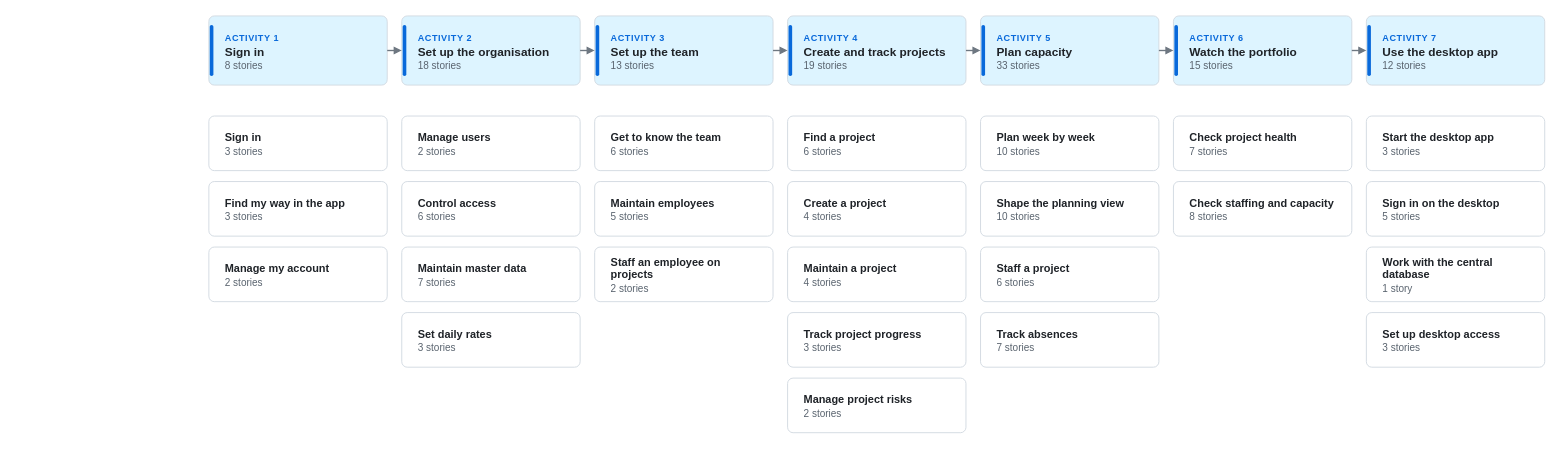
The draw.io diagram docs/diagrams/story-map.drawio in jenreh/alloq, before the edit. Source tidied: cells renumbered, new cells numbered last; positions are measured from the earlier drawing's top-left corner, leaving out a move shared by most shapes. Both pictures are drawn from the tidied source at 91%, with x=0, y=0 at pixel (208, 15).
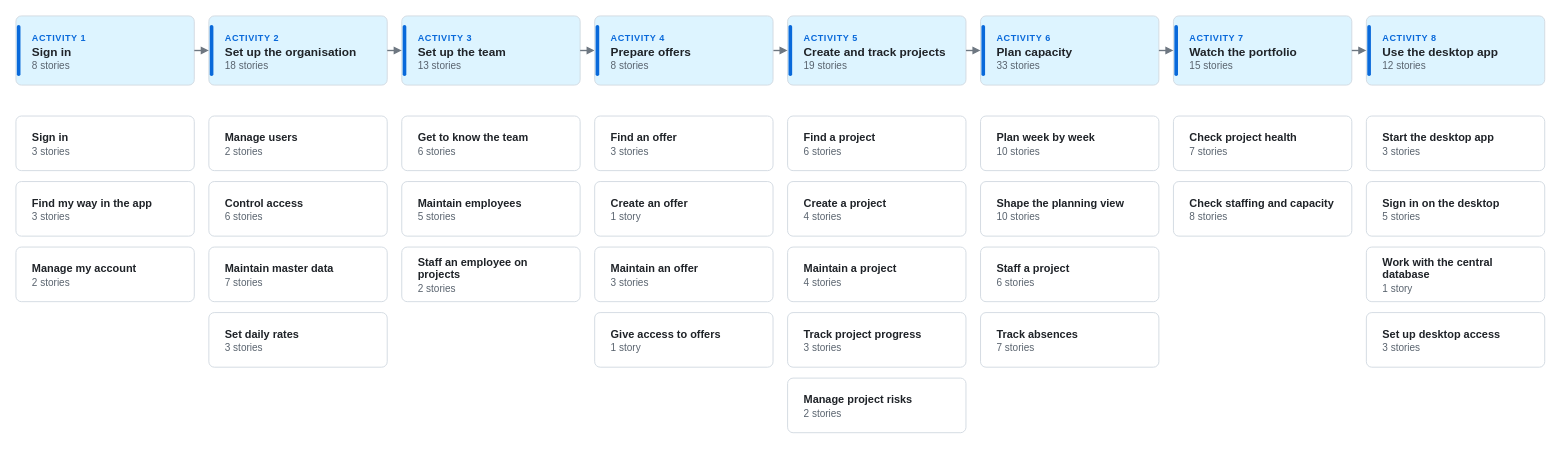
The same page after the edit.

Diff of the diagram source:
```diff
@@
     <mxCell id="2" value="&lt;span style=&quot;font-size:10px;font-weight:bold;letter-spacing:0.6px;color:#0969da&quot;&gt;ACTIVITY 1&lt;/span&gt;&lt;br&gt;&lt;b&gt;Sign in&lt;/b&gt;&lt;br&gt;&lt;span style=&quot;font-size:11px;color:#59636e&quot;&gt;8 stories&lt;/span&gt;" style="rounded=1;absoluteArcSize=1;arcSize=12;whiteSpace=wrap;html=1;fillColor=#ddf4ff;strokeColor=#d1d9e0;strokeWidth=1;fontColor=#1f2328;fontSize=13;align=left;verticalAlign=middle;spacingLeft=16;spacingRight=10;spacingTop=2;" parent="1" vertex="1">
-      <mxGeometry width="196" height="76" as="geometry" />
+      <mxGeometry x="-212" width="196" height="76" as="geometry" />
     </mxCell>
     <mxCell id="3" style="rounded=1;arcSize=50;html=1;fillColor=#0969da;strokeColor=none;" parent="1" vertex="1">
-      <mxGeometry x="1" y="10" width="4" height="56" as="geometry" />
+      <mxGeometry x="-211" y="10" width="4" height="56" as="geometry" />
     </mxCell>
     <mxCell id="4" value="&lt;b&gt;Sign in&lt;/b&gt;&lt;br&gt;&lt;span style=&quot;font-size:11px;color:#59636e&quot;&gt;3 stories&lt;/span&gt;" style="rounded=1;absoluteArcSize=1;arcSize=12;whiteSpace=wrap;html=1;fillColor=#ffffff;strokeColor=#d1d9e0;strokeWidth=1;fontColor=#1f2328;fontSize=12;align=left;verticalAlign=middle;spacingLeft=16;spacingRight=10;spacingTop=2;" parent="1" vertex="1">
-      <mxGeometry y="110" width="196" height="60" as="geometry" />
+      <mxGeometry x="-212" y="110" width="196" height="60" as="geometry" />
     </mxCell>
     <mxCell id="5" value="&lt;b&gt;Find my way in the app&lt;/b&gt;&lt;br&gt;&lt;span style=&quot;font-size:11px;color:#59636e&quot;&gt;3 stories&lt;/span&gt;" style="rounded=1;absoluteArcSize=1;arcSize=12;whiteSpace=wrap;html=1;fillColor=#ffffff;strokeColor=#d1d9e0;strokeWidth=1;fontColor=#1f2328;fontSize=12;align=left;verticalAlign=middle;spacingLeft=16;spacingRight=10;spacingTop=2;" parent="1" vertex="1">
-      <mxGeometry y="182" width="196" height="60" as="geometry" />
+      <mxGeometry x="-212" y="182" width="196" height="60" as="geometry" />
     </mxCell>
     <mxCell id="6" value="&lt;b&gt;Manage my account&lt;/b&gt;&lt;br&gt;&lt;span style=&quot;font-size:11px;color:#59636e&quot;&gt;2 stories&lt;/span&gt;" style="rounded=1;absoluteArcSize=1;arcSize=12;whiteSpace=wrap;html=1;fillColor=#ffffff;strokeColor=#d1d9e0;strokeWidth=1;fontColor=#1f2328;fontSize=12;align=left;verticalAlign=middle;spacingLeft=16;spacingRight=10;spacingTop=2;" parent="1" vertex="1">
-      <mxGeometry y="254" width="196" height="60" as="geometry" />
+      <mxGeometry x="-212" y="254" width="196" height="60" as="geometry" />
     </mxCell>
     <mxCell id="7" value="&lt;span style=&quot;font-size:10px;font-weight:bold;letter-spacing:0.6px;color:#0969da&quot;&gt;ACTIVITY 2&lt;/span&gt;&lt;br&gt;&lt;b&gt;Set up the organisation&lt;/b&gt;&lt;br&gt;&lt;span style=&quot;font-size:11px;color:#59636e&quot;&gt;18 stories&lt;/span&gt;" style="rounded=1;absoluteArcSize=1;arcSize=12;whiteSpace=wrap;html=1;fillColor=#ddf4ff;strokeColor=#d1d9e0;strokeWidth=1;fontColor=#1f2328;fontSize=13;align=left;verticalAlign=middle;spacingLeft=16;spacingRight=10;spacingTop=2;" parent="1" vertex="1">
-      <mxGeometry x="212" width="196" height="76" as="geometry" />
+      <mxGeometry width="196" height="76" as="geometry" />
     </mxCell>
     <mxCell id="8" style="rounded=1;arcSize=50;html=1;fillColor=#0969da;strokeColor=none;" parent="1" vertex="1">
-      <mxGeometry x="213" y="10" width="4" height="56" as="geometry" />
+      <mxGeometry x="1" y="10" width="4" height="56" as="geometry" />
     </mxCell>
     <mxCell id="9" value="&lt;b&gt;Manage users&lt;/b&gt;&lt;br&gt;&lt;span style=&quot;font-size:11px;color:#59636e&quot;&gt;2 stories&lt;/span&gt;" style="rounded=1;absoluteArcSize=1;arcSize=12;whiteSpace=wrap;html=1;fillColor=#ffffff;strokeColor=#d1d9e0;strokeWidth=1;fontColor=#1f2328;fontSize=12;align=left;verticalAlign=middle;spacingLeft=16;spacingRight=10;spacingTop=2;" parent="1" vertex="1">
-      <mxGeometry x="212" y="110" width="196" height="60" as="geometry" />
+      <mxGeometry y="110" width="196" height="60" as="geometry" />
     </mxCell>
     <mxCell id="10" value="&lt;b&gt;Control access&lt;/b&gt;&lt;br&gt;&lt;span style=&quot;font-size:11px;color:#59636e&quot;&gt;6 stories&lt;/span&gt;" style="rounded=1;absoluteArcSize=1;arcSize=12;whiteSpace=wrap;html=1;fillColor=#ffffff;strokeColor=#d1d9e0;strokeWidth=1;fontColor=#1f2328;fontSize=12;align=left;verticalAlign=middle;spacingLeft=16;spacingRight=10;spacingTop=2;" parent="1" vertex="1">
-      <mxGeometry x="212" y="182" width="196" height="60" as="geometry" />
+      <mxGeometry y="182" width="196" height="60" as="geometry" />
     </mxCell>
     <mxCell id="11" value="&lt;b&gt;Maintain master data&lt;/b&gt;&lt;br&gt;&lt;span style=&quot;font-size:11px;color:#59636e&quot;&gt;7 stories&lt;/span&gt;" style="rounded=1;absoluteArcSize=1;arcSize=12;whiteSpace=wrap;html=1;fillColor=#ffffff;strokeColor=#d1d9e0;strokeWidth=1;fontColor=#1f2328;fontSize=12;align=left;verticalAlign=middle;spacingLeft=16;spacingRight=10;spacingTop=2;" parent="1" vertex="1">
-      <mxGeometry x="212" y="254" width="196" height="60" as="geometry" />
+      <mxGeometry y="254" width="196" height="60" as="geometry" />
     </mxCell>
     <mxCell id="12" value="&lt;b&gt;Set daily rates&lt;/b&gt;&lt;br&gt;&lt;span style=&quot;font-size:11px;color:#59636e&quot;&gt;3 stories&lt;/span&gt;" style="rounded=1;absoluteArcSize=1;arcSize=12;whiteSpace=wrap;html=1;fillColor=#ffffff;strokeColor=#d1d9e0;strokeWidth=1;fontColor=#1f2328;fontSize=12;align=left;verticalAlign=middle;spacingLeft=16;spacingRight=10;spacingTop=2;" parent="1" vertex="1">
-      <mxGeometry x="212" y="326" width="196" height="60" as="geometry" />
+      <mxGeometry y="326" width="196" height="60" as="geometry" />
     </mxCell>
     <mxCell id="13" value="&lt;span style=&quot;font-size:10px;font-weight:bold;letter-spacing:0.6px;color:#0969da&quot;&gt;ACTIVITY 3&lt;/span&gt;&lt;br&gt;&lt;b&gt;Set up the team&lt;/b&gt;&lt;br&gt;&lt;span style=&quot;font-size:11px;color:#59636e&quot;&gt;13 stories&lt;/span&gt;" style="rounded=1;absoluteArcSize=1;arcSize=12;whiteSpace=wrap;html=1;fillColor=#ddf4ff;strokeColor=#d1d9e0;strokeWidth=1;fontColor=#1f2328;fontSize=13;align=left;verticalAlign=middle;spacingLeft=16;spacingRight=10;spacingTop=2;" parent="1" vertex="1">
-      <mxGeometry x="424" width="196" height="76" as="geometry" />
+      <mxGeometry x="212" width="196" height="76" as="geometry" />
     </mxCell>
     <mxCell id="14" style="rounded=1;arcSize=50;html=1;fillColor=#0969da;strokeColor=none;" parent="1" vertex="1">
-      <mxGeometry x="425" y="10" width="4" height="56" as="geometry" />
+      <mxGeometry x="213" y="10" width="4" height="56" as="geometry" />
     </mxCell>
     <mxCell id="15" value="&lt;b&gt;Get to know the team&lt;/b&gt;&lt;br&gt;&lt;span style=&quot;font-size:11px;color:#59636e&quot;&gt;6 stories&lt;/span&gt;" style="rounded=1;absoluteArcSize=1;arcSize=12;whiteSpace=wrap;html=1;fillColor=#ffffff;strokeColor=#d1d9e0;strokeWidth=1;fontColor=#1f2328;fontSize=12;align=left;verticalAlign=middle;spacingLeft=16;spacingRight=10;spacingTop=2;" parent="1" vertex="1">
-      <mxGeometry x="424" y="110" width="196" height="60" as="geometry" />
+      <mxGeometry x="212" y="110" width="196" height="60" as="geometry" />
     </mxCell>
     <mxCell id="16" value="&lt;b&gt;Maintain employees&lt;/b&gt;&lt;br&gt;&lt;span style=&quot;font-size:11px;color:#59636e&quot;&gt;5 stories&lt;/span&gt;" style="rounded=1;absoluteArcSize=1;arcSize=12;whiteSpace=wrap;html=1;fillColor=#ffffff;strokeColor=#d1d9e0;strokeWidth=1;fontColor=#1f2328;fontSize=12;align=left;verticalAlign=middle;spacingLeft=16;spacingRight=10;spacingTop=2;" parent="1" vertex="1">
-      <mxGeometry x="424" y="182" width="196" height="60" as="geometry" />
+      <mxGeometry x="212" y="182" width="196" height="60" as="geometry" />
     </mxCell>
     <mxCell id="17" value="&lt;b&gt;Staff an employee on projects&lt;/b&gt;&lt;br&gt;&lt;span style=&quot;font-size:11px;color:#59636e&quot;&gt;2 stories&lt;/span&gt;" style="rounded=1;absoluteArcSize=1;arcSize=12;whiteSpace=wrap;html=1;fillColor=#ffffff;strokeColor=#d1d9e0;strokeWidth=1;fontColor=#1f2328;fontSize=12;align=left;verticalAlign=middle;spacingLeft=16;spacingRight=10;spacingTop=2;" parent="1" vertex="1">
-      <mxGeometry x="424" y="254" width="196" height="60" as="geometry" />
+      <mxGeometry x="212" y="254" width="196" height="60" as="geometry" />
     </mxCell>
-    <mxCell id="18" value="&lt;span style=&quot;font-size:10px;font-weight:bold;letter-spacing:0.6px;color:#0969da&quot;&gt;ACTIVITY 4&lt;/span&gt;&lt;br&gt;&lt;b&gt;Create and track projects&lt;/b&gt;&lt;br&gt;&lt;span style=&quot;font-size:11px;color:#59636e&quot;&gt;19 stories&lt;/span&gt;" style="rounded=1;absoluteArcSize=1;arcSize=12;whiteSpace=wrap;html=1;fillColor=#ddf4ff;strokeColor=#d1d9e0;strokeWidth=1;fontColor=#1f2328;fontSize=13;align=left;verticalAlign=middle;spacingLeft=16;spacingRight=10;spacingTop=2;" parent="1" vertex="1">
+    <mxCell id="18" value="&lt;span style=&quot;font-size:10px;font-weight:bold;letter-spacing:0.6px;color:#0969da&quot;&gt;ACTIVITY 5&lt;/span&gt;&lt;br&gt;&lt;b&gt;Create and track projects&lt;/b&gt;&lt;br&gt;&lt;span style=&quot;font-size:11px;color:#59636e&quot;&gt;19 stories&lt;/span&gt;" style="rounded=1;absoluteArcSize=1;arcSize=12;whiteSpace=wrap;html=1;fillColor=#ddf4ff;strokeColor=#d1d9e0;strokeWidth=1;fontColor=#1f2328;fontSize=13;align=left;verticalAlign=middle;spacingLeft=16;spacingRight=10;spacingTop=2;" parent="1" vertex="1">
       <mxGeometry x="636" width="196" height="76" as="geometry" />
     </mxCell>
@@
-    <mxCell id="25" value="&lt;span style=&quot;font-size:10px;font-weight:bold;letter-spacing:0.6px;color:#0969da&quot;&gt;ACTIVITY 5&lt;/span&gt;&lt;br&gt;&lt;b&gt;Plan capacity&lt;/b&gt;&lt;br&gt;&lt;span style=&quot;font-size:11px;color:#59636e&quot;&gt;33 stories&lt;/span&gt;" style="rounded=1;absoluteArcSize=1;arcSize=12;whiteSpace=wrap;html=1;fillColor=#ddf4ff;strokeColor=#d1d9e0;strokeWidth=1;fontColor=#1f2328;fontSize=13;align=left;verticalAlign=middle;spacingLeft=16;spacingRight=10;spacingTop=2;" parent="1" vertex="1">
+    <mxCell id="25" value="&lt;span style=&quot;font-size:10px;font-weight:bold;letter-spacing:0.6px;color:#0969da&quot;&gt;ACTIVITY 6&lt;/span&gt;&lt;br&gt;&lt;b&gt;Plan capacity&lt;/b&gt;&lt;br&gt;&lt;span style=&quot;font-size:11px;color:#59636e&quot;&gt;33 stories&lt;/span&gt;" style="rounded=1;absoluteArcSize=1;arcSize=12;whiteSpace=wrap;html=1;fillColor=#ddf4ff;strokeColor=#d1d9e0;strokeWidth=1;fontColor=#1f2328;fontSize=13;align=left;verticalAlign=middle;spacingLeft=16;spacingRight=10;spacingTop=2;" parent="1" vertex="1">
       <mxGeometry x="848" width="196" height="76" as="geometry" />
     </mxCell>
@@
-    <mxCell id="31" value="&lt;span style=&quot;font-size:10px;font-weight:bold;letter-spacing:0.6px;color:#0969da&quot;&gt;ACTIVITY 6&lt;/span&gt;&lt;br&gt;&lt;b&gt;Watch the portfolio&lt;/b&gt;&lt;br&gt;&lt;span style=&quot;font-size:11px;color:#59636e&quot;&gt;15 stories&lt;/span&gt;" style="rounded=1;absoluteArcSize=1;arcSize=12;whiteSpace=wrap;html=1;fillColor=#ddf4ff;strokeColor=#d1d9e0;strokeWidth=1;fontColor=#1f2328;fontSize=13;align=left;verticalAlign=middle;spacingLeft=16;spacingRight=10;spacingTop=2;" parent="1" vertex="1">
+    <mxCell id="31" value="&lt;span style=&quot;font-size:10px;font-weight:bold;letter-spacing:0.6px;color:#0969da&quot;&gt;ACTIVITY 7&lt;/span&gt;&lt;br&gt;&lt;b&gt;Watch the portfolio&lt;/b&gt;&lt;br&gt;&lt;span style=&quot;font-size:11px;color:#59636e&quot;&gt;15 stories&lt;/span&gt;" style="rounded=1;absoluteArcSize=1;arcSize=12;whiteSpace=wrap;html=1;fillColor=#ddf4ff;strokeColor=#d1d9e0;strokeWidth=1;fontColor=#1f2328;fontSize=13;align=left;verticalAlign=middle;spacingLeft=16;spacingRight=10;spacingTop=2;" parent="1" vertex="1">
       <mxGeometry x="1060" width="196" height="76" as="geometry" />
     </mxCell>
@@
-    <mxCell id="35" value="&lt;span style=&quot;font-size:10px;font-weight:bold;letter-spacing:0.6px;color:#0969da&quot;&gt;ACTIVITY 7&lt;/span&gt;&lt;br&gt;&lt;b&gt;Use the desktop app&lt;/b&gt;&lt;br&gt;&lt;span style=&quot;font-size:11px;color:#59636e&quot;&gt;12 stories&lt;/span&gt;" style="rounded=1;absoluteArcSize=1;arcSize=12;whiteSpace=wrap;html=1;fillColor=#ddf4ff;strokeColor=#d1d9e0;strokeWidth=1;fontColor=#1f2328;fontSize=13;align=left;verticalAlign=middle;spacingLeft=16;spacingRight=10;spacingTop=2;" parent="1" vertex="1">
+    <mxCell id="35" value="&lt;span style=&quot;font-size:10px;font-weight:bold;letter-spacing:0.6px;color:#0969da&quot;&gt;ACTIVITY 8&lt;/span&gt;&lt;br&gt;&lt;b&gt;Use the desktop app&lt;/b&gt;&lt;br&gt;&lt;span style=&quot;font-size:11px;color:#59636e&quot;&gt;12 stories&lt;/span&gt;" style="rounded=1;absoluteArcSize=1;arcSize=12;whiteSpace=wrap;html=1;fillColor=#ddf4ff;strokeColor=#d1d9e0;strokeWidth=1;fontColor=#1f2328;fontSize=13;align=left;verticalAlign=middle;spacingLeft=16;spacingRight=10;spacingTop=2;" parent="1" vertex="1">
       <mxGeometry x="1272" width="196" height="76" as="geometry" />
     </mxCell>
@@
-    <mxCell id="43" style="html=1;rounded=1;strokeColor=#6e7781;strokeWidth=1.5;fontSize=11;fontColor=#59636e;labelBackgroundColor=#ffffff;endSize=5;startSize=5;endArrow=block;endFill=1;startArrow=none;startFill=0;exitX=1;exitY=0.5;exitDx=0;exitDy=0;entryX=0;entryY=0.5;entryDx=0;entryDy=0;" parent="1" edge="1" source="13" target="18">
+    <mxCell id="43" style="html=1;rounded=1;strokeColor=#6e7781;strokeWidth=1.5;fontSize=11;fontColor=#59636e;labelBackgroundColor=#ffffff;endSize=5;startSize=5;endArrow=block;endFill=1;startArrow=none;startFill=0;exitX=1;exitY=0.5;exitDx=0;exitDy=0;entryX=0;entryY=0.5;entryDx=0;entryDy=0;" parent="1" edge="1" source="13" target="48">
       <mxGeometry relative="1" as="geometry" />
     </mxCell>
+    <mxCell id="47" style="html=1;rounded=1;strokeColor=#6e7781;strokeWidth=1.5;fontSize=11;fontColor=#59636e;labelBackgroundColor=#ffffff;endSize=5;startSize=5;endArrow=block;endFill=1;startArrow=none;startFill=0;exitX=1;exitY=0.5;exitDx=0;exitDy=0;entryX=0;entryY=0.5;entryDx=0;entryDy=0;" parent="1" edge="1" source="48" target="18">
+      <mxGeometry relative="1" as="geometry" />
+    </mxCell>
@@
+    <mxCell id="48" value="&lt;span style=&quot;font-size:10px;font-weight:bold;letter-spacing:0.6px;color:#0969da&quot;&gt;ACTIVITY 4&lt;/span&gt;&lt;br&gt;&lt;b&gt;Prepare offers&lt;/b&gt;&lt;br&gt;&lt;span style=&quot;font-size:11px;color:#59636e&quot;&gt;8 stories&lt;/span&gt;" style="rounded=1;absoluteArcSize=1;arcSize=12;whiteSpace=wrap;html=1;fillColor=#ddf4ff;strokeColor=#d1d9e0;strokeWidth=1;fontColor=#1f2328;fontSize=13;align=left;verticalAlign=middle;spacingLeft=16;spacingRight=10;spacingTop=2;" parent="1" vertex="1">
+      <mxGeometry x="424" width="196" height="76" as="geometry" />
+    </mxCell>
+    <mxCell id="49" style="rounded=1;arcSize=50;html=1;fillColor=#0969da;strokeColor=none;" parent="1" vertex="1">
+      <mxGeometry x="425" y="10" width="4" height="56" as="geometry" />
+    </mxCell>
+    <mxCell id="50" value="&lt;b&gt;Find an offer&lt;/b&gt;&lt;br&gt;&lt;span style=&quot;font-size:11px;color:#59636e&quot;&gt;3 stories&lt;/span&gt;" style="rounded=1;absoluteArcSize=1;arcSize=12;whiteSpace=wrap;html=1;fillColor=#ffffff;strokeColor=#d1d9e0;strokeWidth=1;fontColor=#1f2328;fontSize=12;align=left;verticalAlign=middle;spacingLeft=16;spacingRight=10;spacingTop=2;" parent="1" vertex="1">
+      <mxGeometry x="424" y="110" width="196" height="60" as="geometry" />
+    </mxCell>
+    <mxCell id="51" value="&lt;b&gt;Create an offer&lt;/b&gt;&lt;br&gt;&lt;span style=&quot;font-size:11px;color:#59636e&quot;&gt;1 story&lt;/span&gt;" style="rounded=1;absoluteArcSize=1;arcSize=12;whiteSpace=wrap;html=1;fillColor=#ffffff;strokeColor=#d1d9e0;strokeWidth=1;fontColor=#1f2328;fontSize=12;align=left;verticalAlign=middle;spacingLeft=16;spacingRight=10;spacingTop=2;" parent="1" vertex="1">
+      <mxGeometry x="424" y="182" width="196" height="60" as="geometry" />
+    </mxCell>
+    <mxCell id="52" value="&lt;b&gt;Maintain an offer&lt;/b&gt;&lt;br&gt;&lt;span style=&quot;font-size:11px;color:#59636e&quot;&gt;3 stories&lt;/span&gt;" style="rounded=1;absoluteArcSize=1;arcSize=12;whiteSpace=wrap;html=1;fillColor=#ffffff;strokeColor=#d1d9e0;strokeWidth=1;fontColor=#1f2328;fontSize=12;align=left;verticalAlign=middle;spacingLeft=16;spacingRight=10;spacingTop=2;" parent="1" vertex="1">
+      <mxGeometry x="424" y="254" width="196" height="60" as="geometry" />
+    </mxCell>
+    <mxCell id="53" value="&lt;b&gt;Give access to offers&lt;/b&gt;&lt;br&gt;&lt;span style=&quot;font-size:11px;color:#59636e&quot;&gt;1 story&lt;/span&gt;" style="rounded=1;absoluteArcSize=1;arcSize=12;whiteSpace=wrap;html=1;fillColor=#ffffff;strokeColor=#d1d9e0;strokeWidth=1;fontColor=#1f2328;fontSize=12;align=left;verticalAlign=middle;spacingLeft=16;spacingRight=10;spacingTop=2;" parent="1" vertex="1">
+      <mxGeometry x="424" y="326" width="196" height="60" as="geometry" />
+    </mxCell>
```
